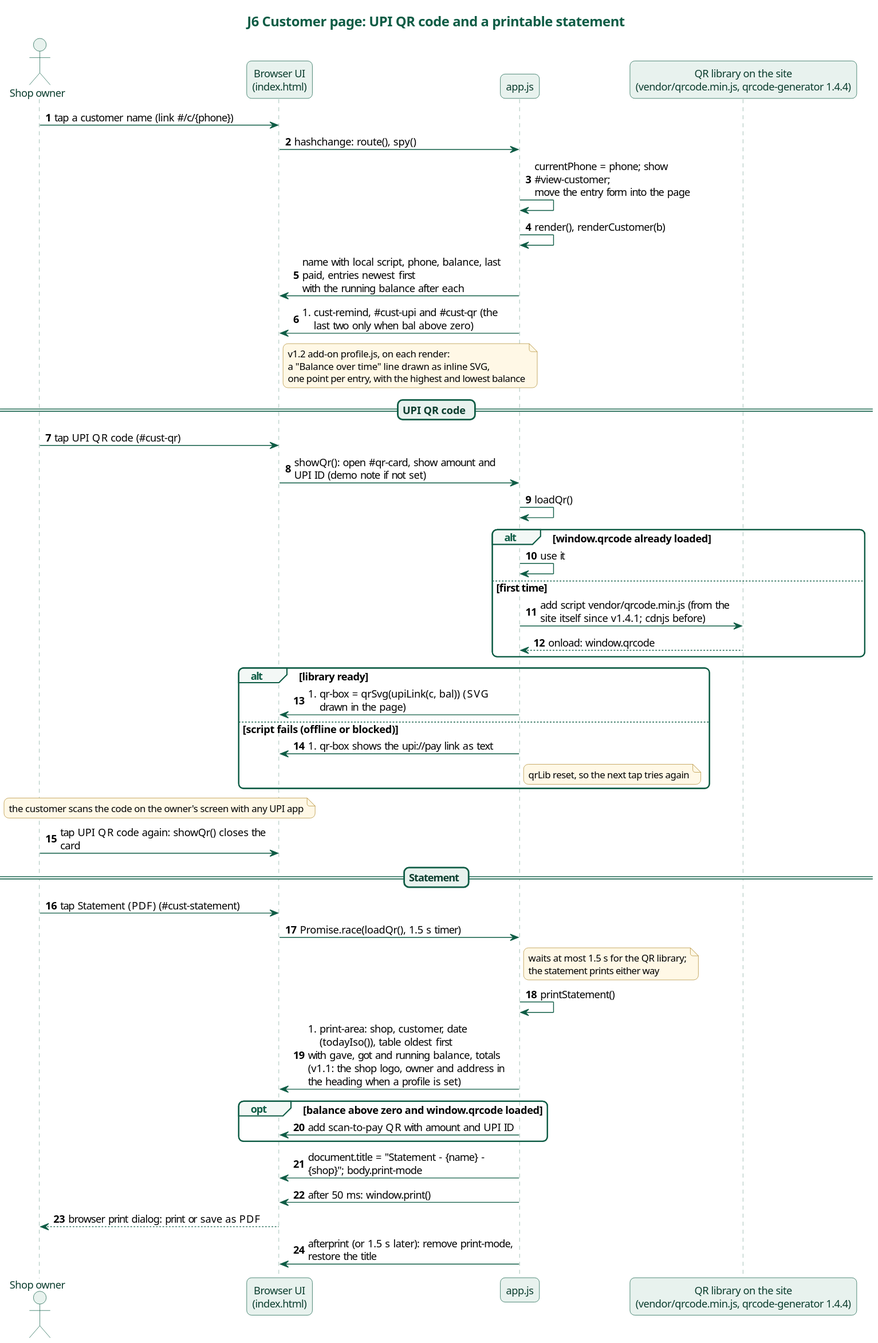
karwasanjay007/hisaab-docs keeps this PlantUML diagram as docs/diagrams/j6-qr-and-statement.svg. Above is the earlier version.
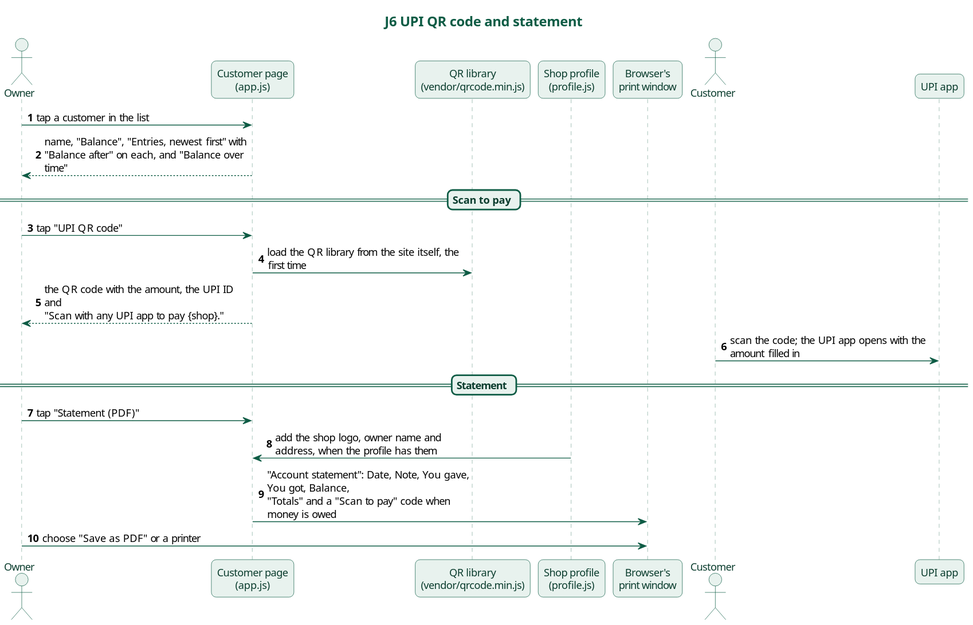
After the commit.

Diff of the diagram source:
```diff
@@ -1,5 +1,5 @@
 @startuml
-title J6 Customer page: UPI QR code and a printable statement
+title J6 UPI QR code and statement
 skinparam backgroundColor white
 skinparam defaultFontName "Noto Sans"
 skinparam defaultFontSize 13
@@ -37,47 +37,24 @@
   BackgroundColor #FFF8E6
   FontSize 12
 }
-actor "Shop owner" as Owner
-participant "Browser UI\n(index.html)" as UI
-participant "app.js" as App
-participant "QR library on the site\n(vendor/qrcode.min.js, qrcode-generator 1.4.4)" as CDN
+actor "Owner" as O
+participant "Customer page\n(app.js)" as C
+participant "QR library\n(vendor/qrcode.min.js)" as Q
+participant "Shop profile\n(profile.js)" as F
+participant "Browser's\nprint window" as B
+actor "Customer" as K
+participant "UPI app" as U
 autonumber
-Owner -> UI : tap a customer name (link #/c/{phone})
-UI -> App : hashchange: route(), spy()
-App -> App : currentPhone = phone; show #view-customer;\nmove the entry form into the page
-App -> App : render(), renderCustomer(b)
-App -> UI : name with local script, phone, balance, last paid, entries newest first\nwith the running balance after each
-App -> UI : #cust-remind, #cust-upi and #cust-qr (the last two only when bal above zero)
-note right of UI : v1.2 add-on profile.js, on each render:\na "Balance over time" line drawn as inline SVG,\none point per entry, with the highest and lowest balance
-== UPI QR code ==
-Owner -> UI : tap UPI QR code (#cust-qr)
-UI -> App : showQr(): open #qr-card, show amount and UPI ID (demo note if not set)
-App -> App : loadQr()
-alt window.qrcode already loaded
-  App -> App : use it
-else first time
-  App -> CDN : add script vendor/qrcode.min.js (from the site itself since v1.4.1; cdnjs before)
-  CDN --> App : onload: window.qrcode
-end
-alt library ready
-  App -> UI : #qr-box = qrSvg(upiLink(c, bal)) (SVG drawn in the page)
-else script fails (offline or blocked)
-  App -> UI : #qr-box shows the upi:~//pay link as text
-  note right of App : qrLib reset, so the next tap tries again
-end
-note over Owner, UI : the customer scans the code on the owner's screen with any UPI app
-Owner -> UI : tap UPI QR code again: showQr() closes the card
+O -> C : tap a customer in the list
+C --> O : name, "Balance", "Entries, newest first" with\n"Balance after" on each, and "Balance over time"
+== Scan to pay ==
+O -> C : tap "UPI QR code"
+C -> Q : load the QR library from the site itself, the first time
+C --> O : the QR code with the amount, the UPI ID and\n"Scan with any UPI app to pay {shop}."
+K -> U : scan the code; the UPI app opens with the amount filled in
 == Statement ==
-Owner -> UI : tap Statement (PDF) (#cust-statement)
-UI -> App : Promise.race(loadQr(), 1.5 s timer)
-note right of App : waits at most 1.5 s for the QR library;\nthe statement prints either way
-App -> App : printStatement()
-App -> UI : #print-area: shop, customer, date (todayIso()), table oldest first\nwith gave, got and running balance, totals\n(v1.1: the shop logo, owner and address in the heading when a profile is set)
-opt balance above zero and window.qrcode loaded
-  App -> UI : add scan-to-pay QR with amount and UPI ID
-end
-App -> UI : document.title = "Statement - {name} - {shop}"; body.print-mode
-App -> UI : after 50 ms: window.print()
-UI --> Owner : browser print dialog: print or save as PDF
-App -> UI : afterprint (or 1.5 s later): remove print-mode, restore the title
+O -> C : tap "Statement (PDF)"
+F -> C : add the shop logo, owner name and address, when the profile has them
+C -> B : "Account statement": Date, Note, You gave, You got, Balance,\n"Totals" and a "Scan to pay" code when money is owed
+O -> B : choose "Save as PDF" or a printer
 @enduml
```
